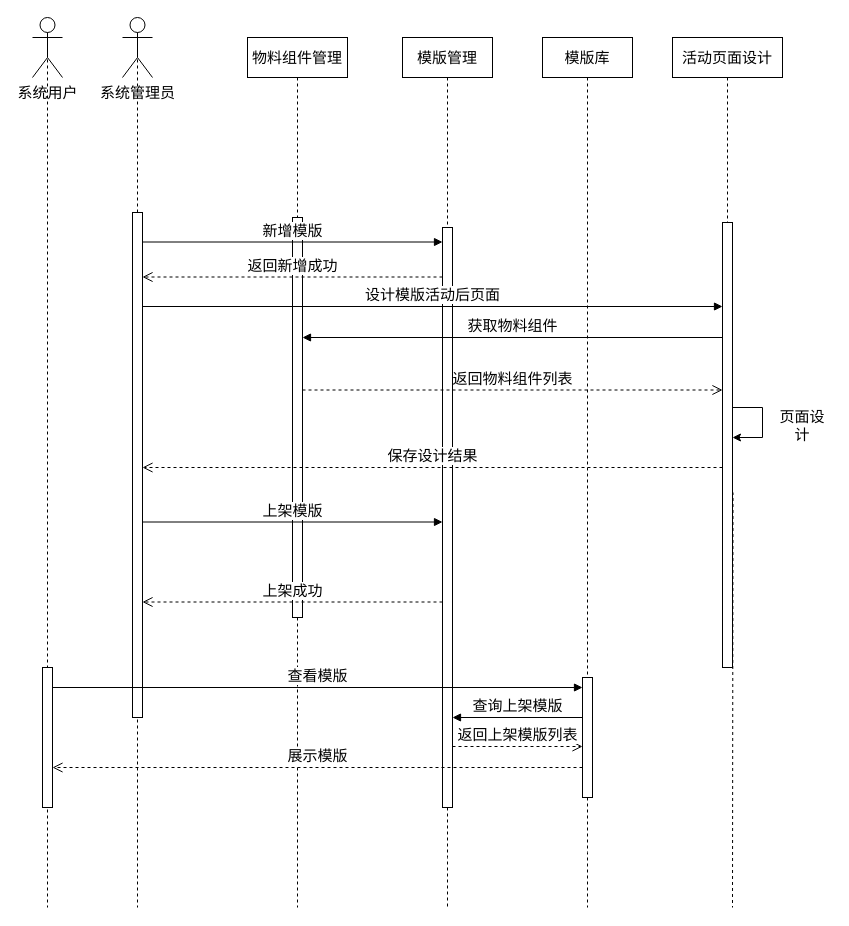
Before: 模版库形成时序图.drawio in yuxinyu12345/diagrams, a draw.io diagram. Source tidied: cells renumbered, new cells numbered last; positions are measured from the earlier drawing's top-left corner, leaving out a move shared by most shapes. Both pictures are drawn from the tidied source at 100%, with x=0, y=0 at pixel (32, 17).
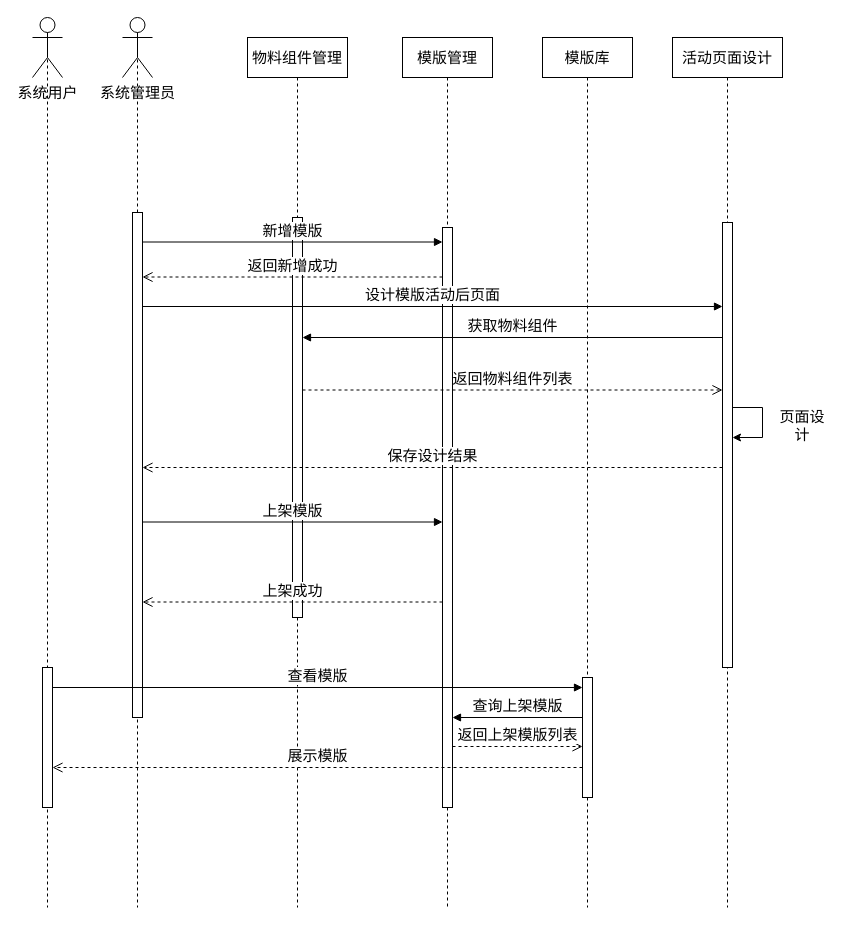
After the change.

Commit message (it also covers changes not shown here):
更新模版库形成时序图.drawio

The change refers to these unchanged cells:
```xml
<mxCell id="11" value="活动页面设计" style="rounded=0;whiteSpace=wrap;html=1;fontSize=15;" parent="1" vertex="1">
  <mxGeometry x="640" y="20" width="110" height="40" as="geometry" />
</mxCell>
```

The edit, as a diff of the source:
```diff
@@
-    <mxCell id="10" style="edgeStyle=orthogonalEdgeStyle;rounded=0;jettySize=auto;html=1;exitX=0.5;exitY=1;exitDx=0;exitDy=0;dashed=1;endArrow=none;endFill=0;fontSize=15;" parent="1" edge="1" source="11">
-      <mxGeometry relative="1" as="geometry">
-        <mxPoint x="700" y="890" as="targetPoint" />
-      </mxGeometry>
-    </mxCell>
+    <mxCell id="37" style="edgeStyle=orthogonalEdgeStyle;rounded=0;jettySize=auto;html=1;exitX=0.5;exitY=1;exitDx=0;exitDy=0;dashed=1;endArrow=none;endFill=0;" parent="1" edge="1" source="11">
+      <mxGeometry relative="1" as="geometry">
+        <mxPoint x="695" y="890" as="targetPoint" />
+      </mxGeometry>
+    </mxCell>
```
